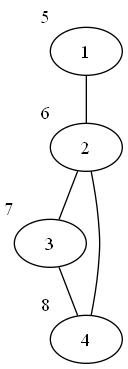
The Graphviz diagram src/graph.dot.png in RenatBogdanov/Struct2025_Lab_2, before a commit. Its source is kept beside it as src/graph.dot.
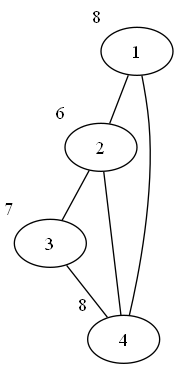
The same diagram one commit later.

What changed in the source:
```diff
@@ -1,11 +1,12 @@
 digraph G {
 edge [dir=none];
-1 [xlabel="5"]
+1 [xlabel="8"]
 2 [xlabel="6"]
 3 [xlabel="7"]
 4 [xlabel="8"]
 
 1 -> 2;
+1 -> 4;
 2 -> 3;
 2 -> 4;
 3 -> 4;
```
